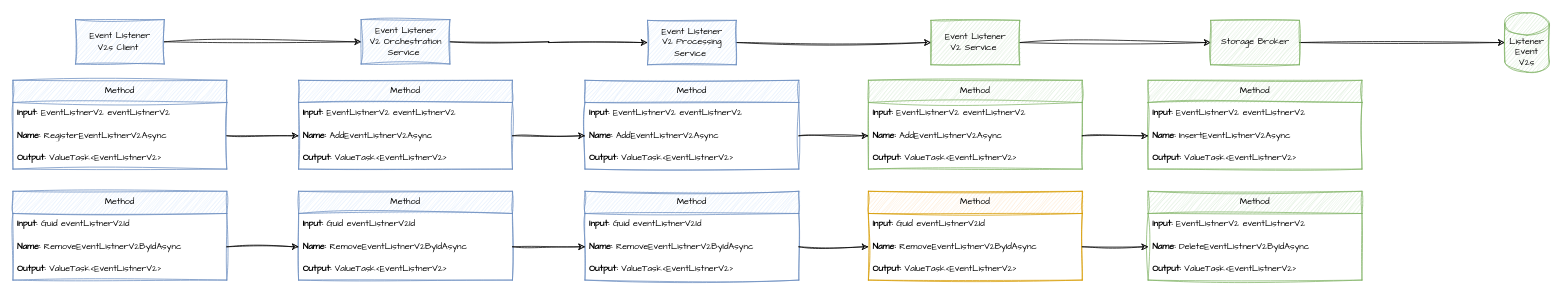
Earlier version of the draw.io diagram page "REGISTER AND REMOVE EVENT LISTENER V2" (4 of 5) of EventHighway.Designs/EVENTS.drawio (hassanhabib/EventHighway). Source tidied: cells renumbered, new cells numbered last; positions are measured from the earlier drawing's top-left corner, leaving out a move shared by most shapes. Both pictures are drawn from the tidied source at 74%, with x=0, y=0 at pixel (13, 13).
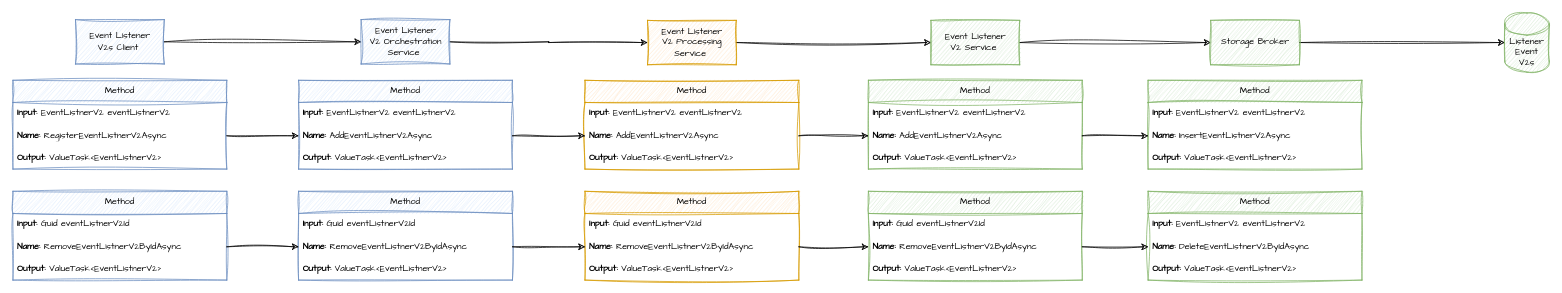
The same page after the edit.

Commit message:
STATUS: Register & Remove Event Listener As Of 17-03-25

Change to the diagram source:
```diff
@@
-    <mxCell id="25" value="Event Listener&lt;div&gt;V2 Processing&lt;/div&gt;&lt;div&gt;&lt;span style=&quot;background-color: transparent; color: light-dark(rgb(0, 0, 0), rgb(255, 255, 255));&quot;&gt;Service&amp;nbsp;&lt;/span&gt;&lt;/div&gt;" style="rounded=0;whiteSpace=wrap;html=1;sketch=1;hachureGap=4;jiggle=2;curveFitting=1;fontFamily=Architects Daughter;fillColor=#dae8fc;strokeColor=#6c8ebf;" parent="1" vertex="1">
+    <mxCell id="25" value="Event Listener&lt;div&gt;V2 Processing&lt;/div&gt;&lt;div&gt;&lt;span style=&quot;background-color: transparent; color: light-dark(rgb(0, 0, 0), rgb(255, 255, 255));&quot;&gt;Service&amp;nbsp;&lt;/span&gt;&lt;/div&gt;" style="rounded=0;whiteSpace=wrap;html=1;sketch=1;hachureGap=4;jiggle=2;curveFitting=1;fontFamily=Architects Daughter;fillColor=#ffe6cc;strokeColor=#d79b00;" parent="1" vertex="1">
       <mxGeometry x="857.5" y="10" width="120" height="60" as="geometry" />
     </mxCell>
-    <mxCell id="26" value="Method" style="swimlane;fontStyle=0;horizontal=1;startSize=30;whiteSpace=wrap;html=1;sketch=1;hachureGap=4;jiggle=2;curveFitting=1;fontFamily=Architects Daughter;fillColor=#dae8fc;strokeColor=#6c8ebf;" parent="1" vertex="1">
+    <mxCell id="26" value="Method" style="swimlane;fontStyle=0;horizontal=1;startSize=30;whiteSpace=wrap;html=1;sketch=1;hachureGap=4;jiggle=2;curveFitting=1;fontFamily=Architects Daughter;fillColor=#ffe6cc;strokeColor=#d79b00;" parent="1" vertex="1">
       <mxGeometry x="773" y="91" width="289" height="120" as="geometry" />
     </mxCell>
@@
-    <mxCell id="30" value="Method" style="swimlane;fontStyle=0;horizontal=1;startSize=30;whiteSpace=wrap;html=1;sketch=1;hachureGap=4;jiggle=2;curveFitting=1;fontFamily=Architects Daughter;fillColor=#dae8fc;strokeColor=#6c8ebf;" parent="1" vertex="1">
+    <mxCell id="30" value="Method" style="swimlane;fontStyle=0;horizontal=1;startSize=30;whiteSpace=wrap;html=1;sketch=1;hachureGap=4;jiggle=2;curveFitting=1;fontFamily=Architects Daughter;fillColor=#ffe6cc;strokeColor=#d79b00;" parent="1" vertex="1">
       <mxGeometry x="773" y="241" width="289" height="120" as="geometry" />
     </mxCell>
@@
-    <mxCell id="40" value="Method" style="swimlane;fontStyle=0;horizontal=1;startSize=30;whiteSpace=wrap;html=1;sketch=1;hachureGap=4;jiggle=2;curveFitting=1;fontFamily=Architects Daughter;fillColor=#ffe6cc;strokeColor=#d79b00;" parent="1" vertex="1">
+    <mxCell id="40" value="Method" style="swimlane;fontStyle=0;horizontal=1;startSize=30;whiteSpace=wrap;html=1;sketch=1;hachureGap=4;jiggle=2;curveFitting=1;fontFamily=Architects Daughter;fillColor=#d5e8d4;strokeColor=#82b366;" parent="1" vertex="1">
       <mxGeometry x="1156" y="241" width="289" height="120" as="geometry" />
     </mxCell>
```
